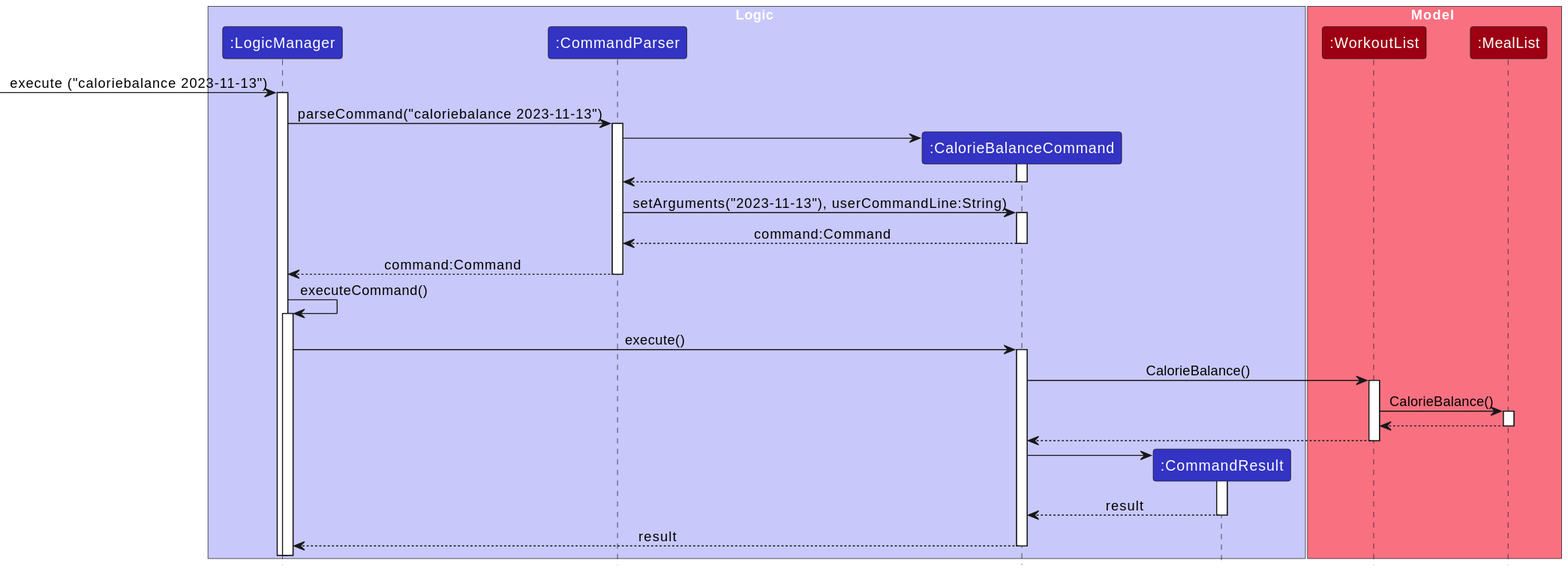
nus-cs2113-AY2324S1/tp keeps this PlantUML diagram as docs/images/CalorieBalanceSequenceDiagram.svg. Above is the earlier version. The source it was exported from:
```plantuml
@startuml
!include style.puml

box Logic LOGIC_COLOR_T1
participant ":LogicManager" as LogicManager LOGIC_COLOR
participant ":CommandParser" as CommandParser LOGIC_COLOR
participant ":CalorieBalanceCommand" as CalorieBalance LOGIC_COLOR
participant ":CommandResult" as CommandResult LOGIC_COLOR
end box

box Model MODEL_COLOR_T1
participant ":WorkoutList" as WorkoutList MODEL_COLOR
participant ":MealList" as MealList MODEL_COLOR
end box

-> LogicManager ++: execute ("caloriebalance 2023-11-13")
LogicManager -> CommandParser ++: parseCommand("caloriebalance 2023-11-13")
create CalorieBalance
CommandParser -> CalorieBalance ++:
return
CommandParser -> CalorieBalance ++: setArguments("2023-11-13"), userCommandLine:String)
return command:Command
return command:Command
LogicManager -> LogicManager ++: executeCommand()
LogicManager -> CalorieBalance ++: execute()
CalorieBalance -> WorkoutList ++: CalorieBalance()
WorkoutList -> MealList ++: CalorieBalance()


return
return
create CommandResult
CalorieBalance -> CommandResult ++:
return result
return result
@enduml
```
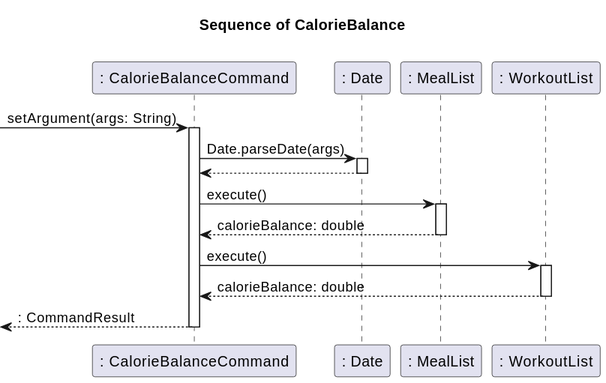
The same file after the commit.

Commit message:
Update DG and add sequence diagrams

Diff of the diagram source:
```diff
@@ -1,36 +1,23 @@
 @startuml
-!include style.puml
-
-box Logic LOGIC_COLOR_T1
-participant ":LogicManager" as LogicManager LOGIC_COLOR
-participant ":CommandParser" as CommandParser LOGIC_COLOR
-participant ":CalorieBalanceCommand" as CalorieBalance LOGIC_COLOR
-participant ":CommandResult" as CommandResult LOGIC_COLOR
-end box
-
-box Model MODEL_COLOR_T1
-participant ":WorkoutList" as WorkoutList MODEL_COLOR
-participant ":MealList" as MealList MODEL_COLOR
-end box
-
--> LogicManager ++: execute ("caloriebalance 2023-11-13")
-LogicManager -> CommandParser ++: parseCommand("caloriebalance 2023-11-13")
-create CalorieBalance
-CommandParser -> CalorieBalance ++:
-return
-CommandParser -> CalorieBalance ++: setArguments("2023-11-13"), userCommandLine:String)
-return command:Command
-return command:Command
-LogicManager -> LogicManager ++: executeCommand()
-LogicManager -> CalorieBalance ++: execute()
-CalorieBalance -> WorkoutList ++: CalorieBalance()
-WorkoutList -> MealList ++: CalorieBalance()
+title Sequence of CalorieBalance\n
 
 
+participant ": CalorieBalanceCommand" as CalorieBalanceCommand
+participant ": Date" as Date
+participant ": MealList" as MealList
+participant ": WorkoutList" as WorkoutList
+
+[-> CalorieBalanceCommand ++: setArgument(args: String)
+CalorieBalanceCommand -> Date ++: Date.parseDate(args)
 return
-return
-create CommandResult
-CalorieBalance -> CommandResult ++:
-return result
-return result
+CalorieBalanceCommand -> MealList ++: execute()
+return calorieBalance: double
+CalorieBalanceCommand -> WorkoutList ++: execute()
+return calorieBalance: double
+
+
+
+
+
+return : CommandResult
 @enduml
```
